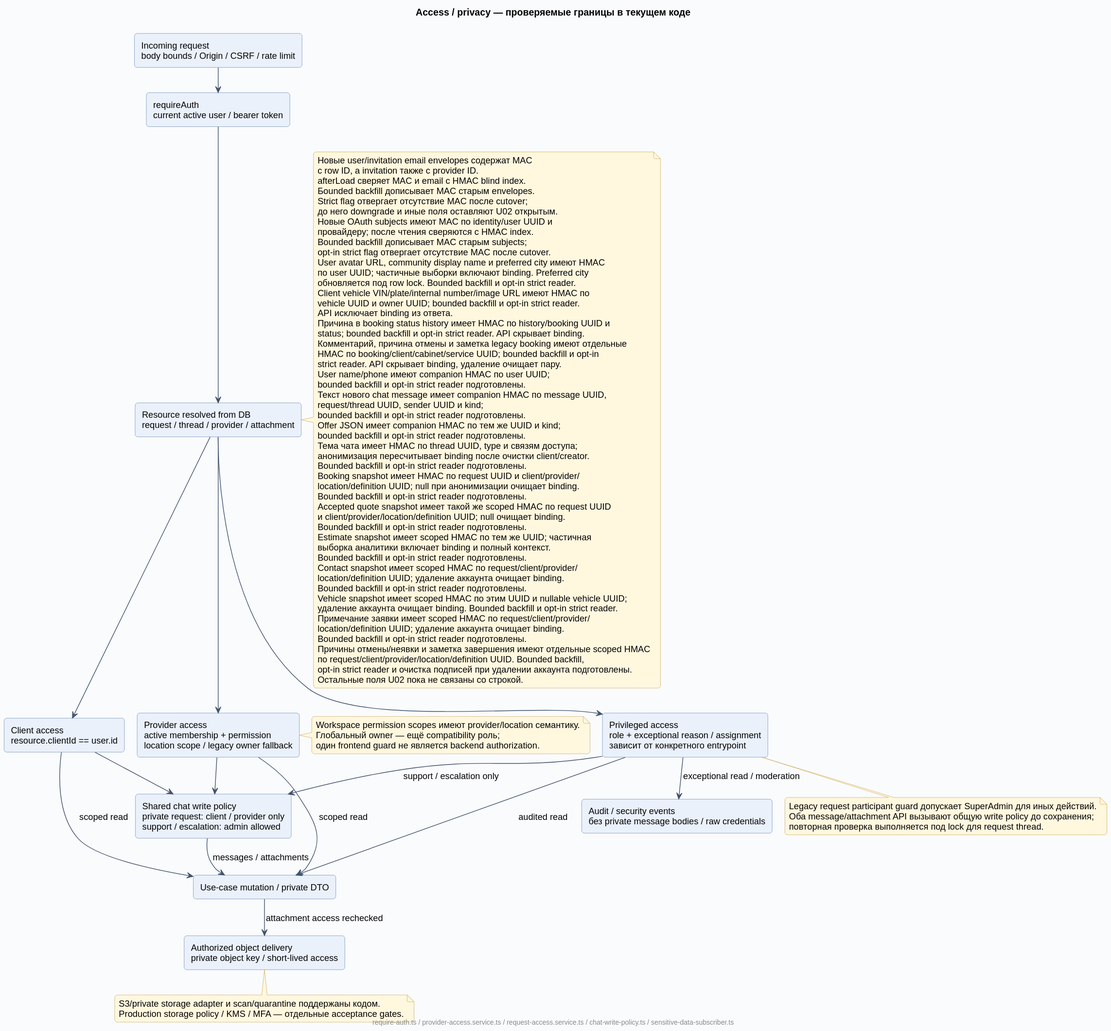
Dima163163/auto-care-hub keeps this PlantUML diagram as docs/diagrams/rendered/09-access-privacy.svg. Above is the earlier version.
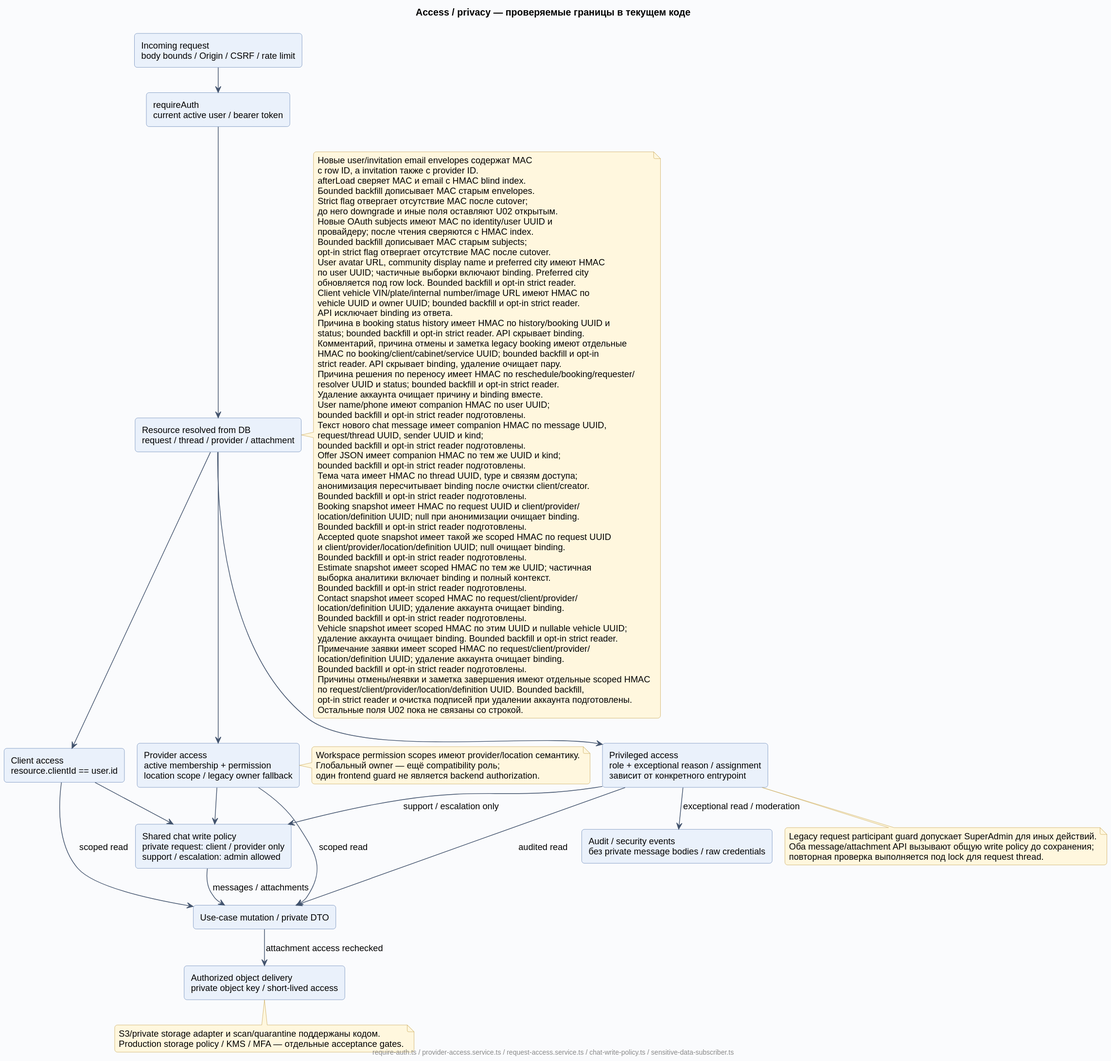
After the commit.

Diff of the diagram source:
```diff
@@ -53,6 +53,9 @@
   Комментарий, причина отмены и заметка legacy booking имеют отдельные
   HMAC по booking/client/cabinet/service UUID; bounded backfill и opt-in
   strict reader. API скрывает binding, удаление очищает пару.
+  Причина решения по переносу имеет HMAC по reschedule/booking/requester/
+  resolver UUID и status; bounded backfill и opt-in strict reader.
+  Удаление аккаунта очищает причину и binding вместе.
   User name/phone имеют companion HMAC по user UUID;
   bounded backfill и opt-in strict reader подготовлены.
   Текст нового chat message имеет companion HMAC по message UUID,
```
